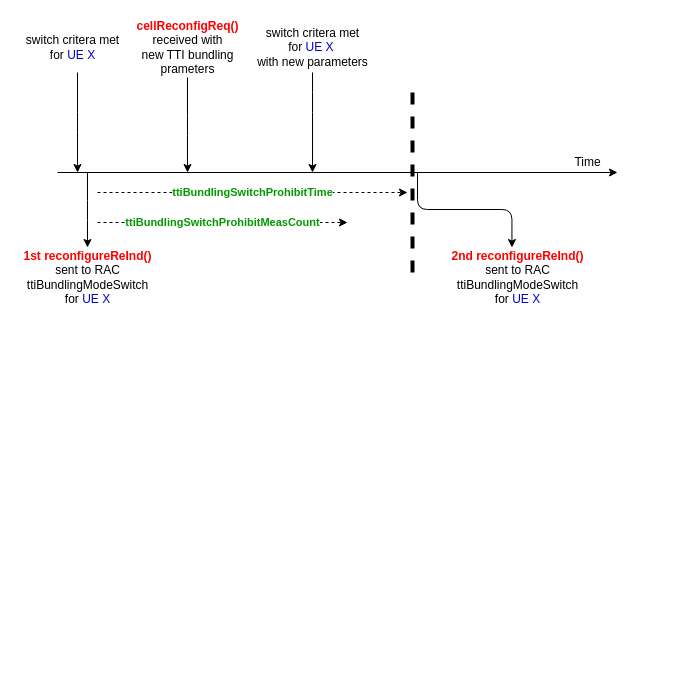
The draw.io diagram drawio/TTI_bundling_interval.drawio in proudeng/files, before the edit. Source tidied: cells renumbered, new cells numbered last; positions are measured from the earlier drawing's top-left corner, leaving out a move shared by most shapes. Both pictures are drawn from the tidied source at 100%, with x=0, y=0 at pixel (17, 17).
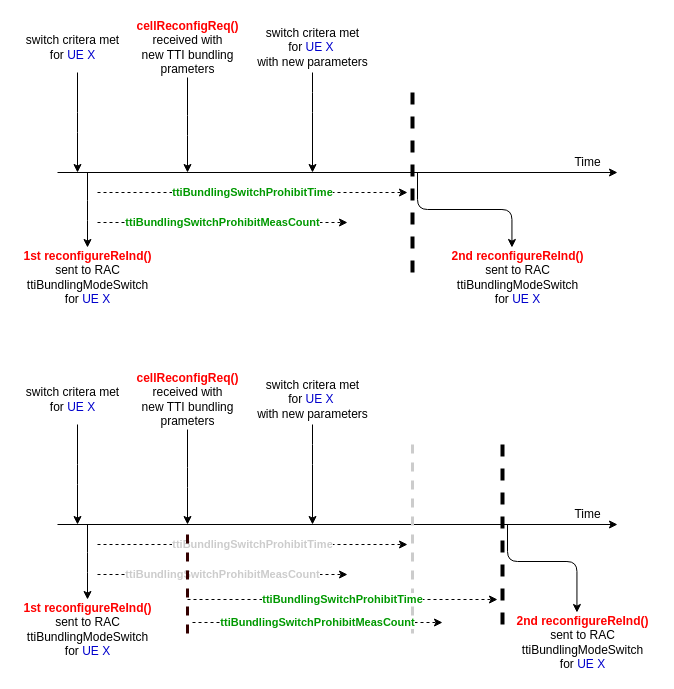
Above is the later version.

The edit, as a diff of the source:
```diff
@@
+    <mxCell id="17" style="endArrow=classic;html=1;" parent="1" edge="1">
+      <mxGeometry relative="1" as="geometry">
+        <mxPoint x="40" y="507" as="sourcePoint" />
+        <mxPoint x="600" y="507" as="targetPoint" />
+      </mxGeometry>
+    </mxCell>
+    <mxCell id="18" style="edgeStyle=elbowEdgeStyle;elbow=vertical;endArrow=classic;html=1;" parent="1" edge="1" target="19">
+      <mxGeometry relative="1" as="geometry">
+        <mxPoint x="70" y="507" as="sourcePoint" />
+      </mxGeometry>
+    </mxCell>
+    <mxCell id="19" value="&lt;b&gt;&lt;font color=&quot;#FF0000&quot;&gt;1st reconfigureReInd()&lt;/font&gt;&lt;/b&gt; &lt;br&gt;&lt;div&gt;sent to RAC &lt;br&gt;&lt;/div&gt;&lt;div&gt;ttiBundlingModeSwitch &lt;br&gt;&lt;/div&gt;&lt;div&gt;for &lt;font color=&quot;#0000CC&quot;&gt;UE X&lt;/font&gt;&lt;br&gt;&lt;/div&gt;" style="text;html=1;align=center;verticalAlign=middle;points=[];fillColor=none;strokeColor=none;rounded=0;rotation=0;" parent="1" vertex="1">
+      <mxGeometry y="582" width="140" height="60" as="geometry" />
+    </mxCell>
+    <mxCell id="20" style="edgeStyle=elbowEdgeStyle;elbow=vertical;endArrow=classic;html=1;" parent="1" edge="1" source="23">
+      <mxGeometry relative="1" as="geometry">
+        <mxPoint x="170" y="507" as="targetPoint" />
+      </mxGeometry>
+    </mxCell>
+    <mxCell id="21" value="&lt;font color=&quot;#CCCCCC&quot;&gt;&lt;b&gt;ttiBundlingSwitchProhibitTime&lt;/b&gt;&lt;/font&gt;" style="endArrow=classic;html=1;dashed=1;" parent="1" edge="1">
+      <mxGeometry relative="1" as="geometry">
+        <mxPoint x="80" y="527" as="sourcePoint" />
+        <mxPoint x="390" y="527" as="targetPoint" />
+      </mxGeometry>
+    </mxCell>
+    <mxCell id="22" value="&lt;font color=&quot;#CCCCCC&quot;&gt;&lt;b&gt;ttiBundlingSwitchProhibitMeasCount&lt;/b&gt;&lt;/font&gt;" style="endArrow=classic;html=1;dashed=1;" parent="1" edge="1">
+      <mxGeometry relative="1" as="geometry">
+        <mxPoint x="80" y="557" as="sourcePoint" />
+        <mxPoint x="330" y="557" as="targetPoint" />
+      </mxGeometry>
+    </mxCell>
+    <mxCell id="23" value="&lt;div&gt;&lt;b&gt;&lt;font color=&quot;#FF0000&quot;&gt;cellReconfigReq()&lt;/font&gt;&lt;/b&gt; &lt;br&gt;&lt;/div&gt;&lt;div&gt;received with &lt;br&gt;&lt;/div&gt;&lt;div&gt;new TTI bundling &lt;br&gt;&lt;/div&gt;&lt;div&gt;prameters &lt;br&gt;&lt;/div&gt;" style="text;html=1;align=center;verticalAlign=middle;points=[];fillColor=none;strokeColor=none;rounded=0;" parent="1" vertex="1">
+      <mxGeometry x="110" y="352" width="120" height="60" as="geometry" />
+    </mxCell>
+    <mxCell id="24" value="&lt;div&gt;switch critera met &lt;br&gt;&lt;/div&gt;&lt;div&gt;for &lt;font color=&quot;#0000CC&quot;&gt;UE X&lt;/font&gt;&amp;nbsp; &lt;br&gt;&lt;/div&gt;&lt;div&gt;with new parameters&lt;br&gt;&lt;/div&gt;" style="text;html=1;align=center;verticalAlign=middle;points=[];fillColor=none;strokeColor=none;rounded=0;" parent="1" vertex="1">
+      <mxGeometry x="230" y="357" width="130" height="50" as="geometry" />
+    </mxCell>
+    <mxCell id="25" style="edgeStyle=elbowEdgeStyle;elbow=vertical;endArrow=classic;html=1;" parent="1" edge="1" source="24">
+      <mxGeometry relative="1" as="geometry">
+        <mxPoint x="295" y="507" as="targetPoint" />
+        <Array as="points">
+          <mxPoint x="295" y="437" />
+          <mxPoint x="310" y="467" />
+          <mxPoint x="320" y="437" />
+          <mxPoint x="310" y="457" />
+          <mxPoint x="264" y="467" />
+          <mxPoint x="450" y="457" />
+          <mxPoint x="290" y="437" />
+        </Array>
+      </mxGeometry>
+    </mxCell>
+    <mxCell id="26" style="line;strokeWidth=3;direction=south;html=1;perimeter=backbonePerimeter;dashed=1;strokeColor=#CCCCCC;" parent="1" vertex="1">
+      <mxGeometry x="390" y="427" width="10" height="190" as="geometry" />
+    </mxCell>
+    <mxCell id="27" style="edgeStyle=elbowEdgeStyle;elbow=vertical;endArrow=classic;html=1;entryX=0.463;entryY=0;entryDx=0;entryDy=0;entryPerimeter=0;" parent="1" edge="1" target="28">
+      <mxGeometry relative="1" as="geometry">
+        <mxPoint x="490" y="507" as="sourcePoint" />
+        <Array as="points">
+          <mxPoint x="440" y="544" />
+        </Array>
+      </mxGeometry>
+    </mxCell>
+    <mxCell id="28" value="&lt;div&gt;&lt;b&gt;&lt;font color=&quot;#FF0000&quot;&gt;2nd reconfigureReInd()&lt;/font&gt;&lt;/b&gt; &lt;br&gt;&lt;/div&gt;&lt;div&gt;sent to RAC&lt;br&gt;&lt;/div&gt;&lt;div&gt;ttiBundlingModeSwitch&lt;br&gt;&lt;/div&gt;&lt;div&gt;for &lt;font color=&quot;#0000CC&quot;&gt;UE X&lt;/font&gt;&lt;br&gt;&lt;/div&gt;" style="text;html=1;align=center;verticalAlign=middle;points=[];fillColor=none;strokeColor=none;rounded=0;rotation=0;" parent="1" vertex="1">
+      <mxGeometry x="490" y="595" width="150" height="60" as="geometry" />
+    </mxCell>
+    <mxCell id="29" value="Time" style="text;html=1;align=center;verticalAlign=middle;fillColor=none;strokeColor=none;rounded=0;dashed=1;" parent="1" vertex="1">
+      <mxGeometry x="550" y="487" width="40" height="20" as="geometry" />
+    </mxCell>
+    <mxCell id="30" style="edgeStyle=elbowEdgeStyle;elbow=vertical;endArrow=classic;html=1;" parent="1" edge="1">
+      <mxGeometry relative="1" as="geometry">
+        <mxPoint x="60" y="407" as="sourcePoint" />
+        <mxPoint x="60" y="507" as="targetPoint" />
+      </mxGeometry>
+    </mxCell>
+    <mxCell id="31" value="&lt;div&gt;switch critera met&lt;/div&gt;&lt;div&gt;for &lt;font color=&quot;#0000CC&quot;&gt;UE X&lt;/font&gt;&lt;br&gt;&lt;/div&gt;" style="text;html=1;align=center;verticalAlign=middle;fillColor=none;strokeColor=none;rounded=0;" parent="1" vertex="1">
+      <mxGeometry y="367" width="110" height="30" as="geometry" />
+    </mxCell>
+    <mxCell id="32" style="line;strokeWidth=3;direction=south;html=1;perimeter=backbonePerimeter;dashed=1;strokeColor=#330000;" parent="1" vertex="1">
+      <mxGeometry x="165" y="517" width="10" height="108" as="geometry" />
+    </mxCell>
+    <mxCell id="33" value="&lt;font color=&quot;#009900&quot;&gt;&lt;b&gt;ttiBundlingSwitchProhibitTime&lt;/b&gt;&lt;/font&gt;" style="endArrow=classic;html=1;dashed=1;" parent="1" edge="1">
+      <mxGeometry relative="1" as="geometry">
+        <mxPoint x="170" y="582" as="sourcePoint" />
+        <mxPoint x="480" y="582" as="targetPoint" />
+      </mxGeometry>
+    </mxCell>
+    <mxCell id="34" value="&lt;font color=&quot;#009900&quot;&gt;&lt;b&gt;ttiBundlingSwitchProhibitMeasCount&lt;/b&gt;&lt;/font&gt;" style="endArrow=classic;html=1;dashed=1;" parent="1" edge="1">
+      <mxGeometry relative="1" as="geometry">
+        <mxPoint x="175" y="605" as="sourcePoint" />
+        <mxPoint x="425" y="605" as="targetPoint" />
+      </mxGeometry>
+    </mxCell>
+    <mxCell id="35" style="line;strokeWidth=4;direction=south;html=1;perimeter=backbonePerimeter;dashed=1;" parent="1" vertex="1">
+      <mxGeometry x="480" y="427" width="10" height="190" as="geometry" />
+    </mxCell>
```
